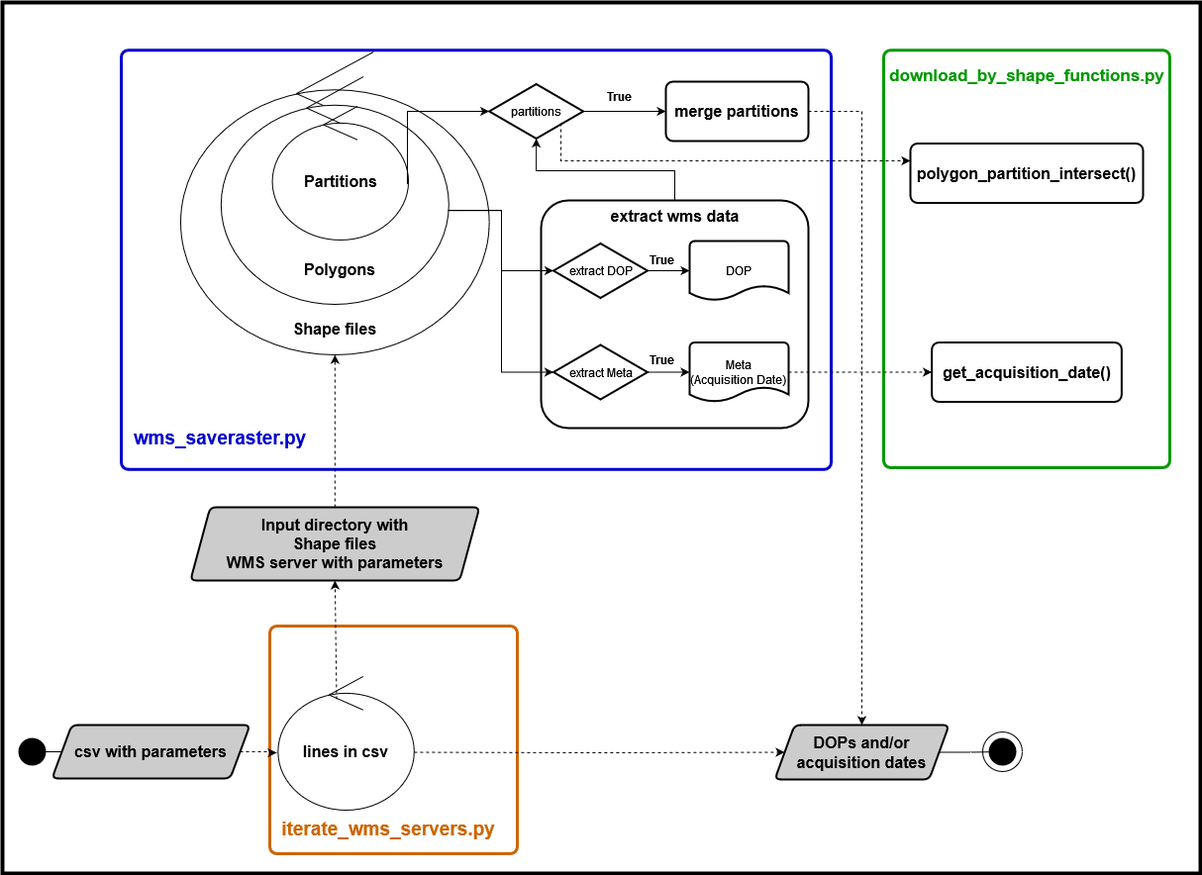
Before: process_diagram.png, a diagram exported from draw.io (LUP-LuftbildUmweltPlanung/Data_acquisition). Source tidied: cells renumbered, new cells last; positions are measured from the earlier drawing's top-left corner, leaving out a move shared by most shapes.
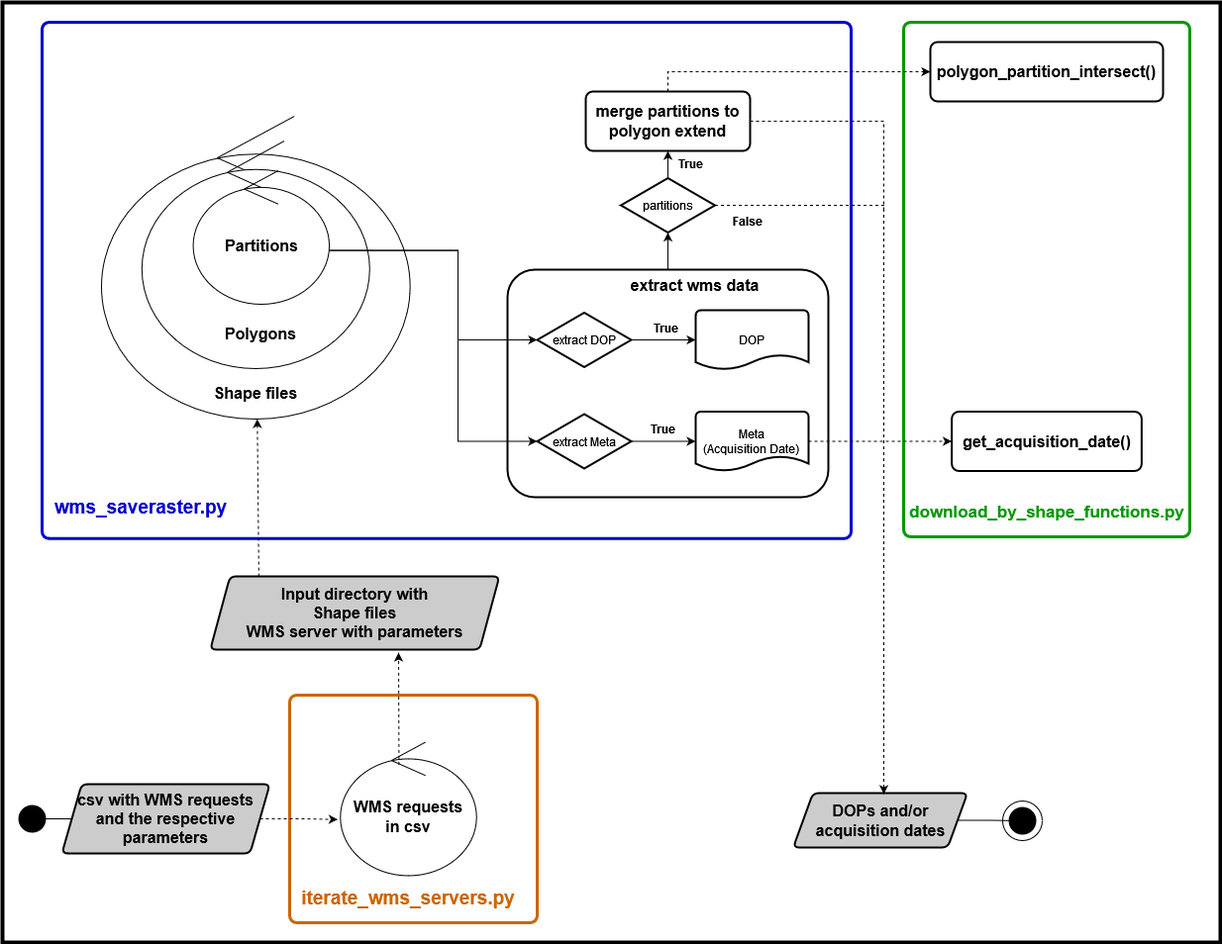
The same file after the commit.

Diff of the diagram source:
```diff
@@ -3,22 +3,22 @@
     <mxCell id="0" />
     <mxCell id="1" parent="0" />
     <mxCell id="2" style="rounded=0;whiteSpace=wrap;html=1;strokeColor=#000000;strokeWidth=4;" parent="1" vertex="1">
-      <mxGeometry width="1210" height="880" as="geometry" />
+      <mxGeometry x="-20" y="-70" width="1230" height="950" as="geometry" />
     </mxCell>
     <mxCell id="3" style="rounded=1;whiteSpace=wrap;html=1;absoluteArcSize=1;arcSize=14;strokeWidth=3;fillColor=#FFFFFF;strokeColor=#CC6600;fontColor=#CC6600;" parent="1" vertex="1">
       <mxGeometry x="270" y="630" width="250" height="230" as="geometry" />
     </mxCell>
     <mxCell id="4" style="rounded=1;whiteSpace=wrap;html=1;absoluteArcSize=1;arcSize=14;strokeWidth=3;fillColor=#FFFFFF;strokeColor=#0000CC;fontColor=#0000CC;" parent="1" vertex="1">
-      <mxGeometry x="120" y="48.2" width="717" height="423.5" as="geometry" />
+      <mxGeometry x="20" y="-50" width="817" height="521.8" as="geometry" />
     </mxCell>
     <mxCell id="5" style="rounded=1;whiteSpace=wrap;html=1;absoluteArcSize=1;arcSize=14;strokeWidth=3;fillColor=#FFFFFF;strokeColor=#009900;" parent="1" vertex="1">
-      <mxGeometry x="890" y="48.2" width="289" height="421.8" as="geometry" />
+      <mxGeometry x="890" y="-50" width="289" height="520" as="geometry" />
     </mxCell>
     <mxCell id="6" value="download_by_shape_functions.py" style="text;html=1;align=center;verticalAlign=middle;whiteSpace=wrap;rounded=0;fontStyle=1;fontSize=17;fontColor=#009900;" parent="1" vertex="1">
-      <mxGeometry x="954.5" y="59.2" width="160" height="30" as="geometry" />
+      <mxGeometry x="954.5" y="430" width="160" height="30" as="geometry" />
     </mxCell>
     <mxCell id="7" value="wms_saveraster.py" style="text;html=1;align=center;verticalAlign=middle;whiteSpace=wrap;rounded=0;fontStyle=1;fontSize=19;fontColor=#0000CC;" parent="1" vertex="1">
-      <mxGeometry x="140" y="425" width="160" height="30" as="geometry" />
+      <mxGeometry x="40" y="425" width="160" height="30" as="geometry" />
     </mxCell>
     <mxCell id="8" style="edgeStyle=orthogonalEdgeStyle;rounded=0;orthogonalLoop=1;jettySize=auto;html=1;entryX=0;entryY=0.5;entryDx=0;entryDy=0;" parent="1" edge="1">
       <mxGeometry relative="1" as="geometry">
@@ -36,10 +36,10 @@
       </mxGeometry>
     </mxCell>
     <mxCell id="11" style="ellipse;shape=umlControl;whiteSpace=wrap;html=1;fontStyle=1;fontSize=16;fontFamily=Helvetica;" parent="1" vertex="1">
-      <mxGeometry x="180" y="50" width="311.6" height="306" as="geometry" />
+      <mxGeometry x="80" y="45" width="311.6" height="306" as="geometry" />
     </mxCell>
-    <mxCell id="12" value="&lt;div&gt;csv with parameters&lt;br&gt;&lt;/div&gt;" style="shape=parallelogram;perimeter=parallelogramPerimeter;whiteSpace=wrap;html=1;fixedSize=1;fontSize=16;rounded=1;strokeWidth=2;arcSize=12;fillColor=#CCCCCC;fontStyle=1;fontFamily=Helvetica;" parent="1" vertex="1">
-      <mxGeometry x="50" y="730" width="200" height="54" as="geometry" />
+    <mxCell id="12" value="&lt;div&gt;csv with WMS requests and the respective parameters&lt;br&gt;&lt;/div&gt;" style="shape=parallelogram;perimeter=parallelogramPerimeter;whiteSpace=wrap;html=1;fixedSize=1;fontSize=16;rounded=1;strokeWidth=2;arcSize=12;fillColor=#CCCCCC;fontStyle=1;fontFamily=Helvetica;" parent="1" vertex="1">
+      <mxGeometry x="40" y="720" width="210" height="70" as="geometry" />
     </mxCell>
     <mxCell id="13" style="group;" parent="1" vertex="1">
       <mxGeometry x="990" y="737" width="40" height="40" as="geometry" />
@@ -51,7 +51,7 @@
       <mxGeometry x="10" y="10" width="20" height="20" as="geometry" />
     </mxCell>
     <mxCell id="16" value="DOPs and/or acquisition dates" style="shape=parallelogram;perimeter=parallelogramPerimeter;whiteSpace=wrap;html=1;fixedSize=1;fontSize=16;rounded=1;strokeWidth=2;arcSize=12;fillColor=#CCCCCC;fontStyle=1;fontFamily=Helvetica;" parent="1" vertex="1">
-      <mxGeometry x="780" y="730" width="176" height="55" as="geometry" />
+      <mxGeometry x="778.5" y="729" width="176" height="55" as="geometry" />
     </mxCell>
     <mxCell id="17" value="iterate_wms_servers.py" style="text;html=1;align=center;verticalAlign=middle;whiteSpace=wrap;rounded=0;fontStyle=1;fontSize=19;fontColor=#CC6600;" parent="1" vertex="1">
       <mxGeometry x="310" y="820" width="160" height="30" as="geometry" />
@@ -60,58 +60,60 @@
       <mxGeometry relative="1" as="geometry" />
     </mxCell>
     <mxCell id="19" style="shape=waypoint;sketch=0;fillStyle=solid;size=6;points=[];fillColor=none;perimeter=centerPerimeter;snapToPoint=1;strokeWidth=12;" parent="1" vertex="1">
-      <mxGeometry x="20" y="747" width="20" height="20" as="geometry" />
+      <mxGeometry y="745" width="20" height="20" as="geometry" />
     </mxCell>
-    <mxCell id="20" style="edgeStyle=orthogonalEdgeStyle;rounded=0;jettySize=auto;html=1;entryX=-0.01;entryY=0.57;entryDx=0;entryDy=0;entryPerimeter=0;dashed=1;" parent="1" edge="1" source="12" target="23">
+    <mxCell id="20" style="edgeStyle=orthogonalEdgeStyle;rounded=0;jettySize=auto;html=1;entryX=-0.02;entryY=0.579;entryDx=0;entryDy=0;entryPerimeter=0;dashed=1;" parent="1" edge="1" source="12" target="23">
       <mxGeometry relative="1" as="geometry" />
     </mxCell>
     <mxCell id="21" value="polygon_partition_intersect()" style="whiteSpace=wrap;html=1;strokeWidth=2;rounded=1;arcSize=12;fillColor=#FFFFFF;fontStyle=1;fontSize=16;fontFamily=Helvetica;" parent="1" vertex="1">
-      <mxGeometry x="917" y="142.5" width="235" height="60" as="geometry" />
+      <mxGeometry x="917" y="-30" width="235" height="60" as="geometry" />
     </mxCell>
     <mxCell id="22" value="get_acquisition_date()" style="whiteSpace=wrap;html=1;fontSize=16;rounded=1;strokeWidth=2;arcSize=12;fillColor=#FFFFFF;fontStyle=1;fontFamily=Helvetica;" parent="1" vertex="1">
       <mxGeometry x="938.6" y="343.5" width="191.8" height="60" as="geometry" />
     </mxCell>
-    <mxCell id="23" value="lines in csv" style="ellipse;shape=umlControl;whiteSpace=wrap;html=1;fontStyle=1;fontSize=16;fontFamily=Helvetica;" parent="1" vertex="1">
-      <mxGeometry x="278.3" y="681" width="137.5" height="135" as="geometry" />
+    <mxCell id="23" value="&lt;div&gt;WMS requests&lt;/div&gt;&lt;div&gt;in csv&lt;/div&gt;" style="ellipse;shape=umlControl;whiteSpace=wrap;html=1;fontStyle=1;fontSize=16;fontFamily=Helvetica;" parent="1" vertex="1">
+      <mxGeometry x="321.2" y="677.5" width="137.5" height="135" as="geometry" />
     </mxCell>
     <mxCell id="24" style="ellipse;shape=umlControl;whiteSpace=wrap;html=1;fontStyle=1;fontSize=16;fontFamily=Helvetica;" parent="1" vertex="1">
-      <mxGeometry x="220.8" y="75" width="230" height="230" as="geometry" />
+      <mxGeometry x="120.8" y="70" width="230" height="230" as="geometry" />
     </mxCell>
     <mxCell id="25" value="Partitions" style="ellipse;shape=umlControl;whiteSpace=wrap;html=1;fontStyle=1;fontSize=16;fontFamily=Helvetica;" parent="1" vertex="1">
-      <mxGeometry x="272.6" y="105" width="137.5" height="135" as="geometry" />
+      <mxGeometry x="172.6" y="100" width="137.5" height="135" as="geometry" />
     </mxCell>
     <mxCell id="26" value="&lt;div&gt;Input directory with&lt;br&gt;&lt;/div&gt;&lt;div&gt;Shape files&lt;/div&gt;&lt;div&gt;WMS server with parameters&lt;br&gt;&lt;/div&gt;" style="shape=parallelogram;perimeter=parallelogramPerimeter;whiteSpace=wrap;html=1;fixedSize=1;fontSize=16;rounded=1;strokeWidth=2;arcSize=12;fillColor=#CCCCCC;fontStyle=1;fontFamily=Helvetica;" parent="1" vertex="1">
       <mxGeometry x="189.8" y="510" width="292" height="74" as="geometry" />
     </mxCell>
-    <mxCell id="27" style="endArrow=classic;html=1;rounded=0;entryX=0.5;entryY=1;entryDx=0;entryDy=0;exitX=0.43;exitY=0.169;exitDx=0;exitDy=0;exitPerimeter=0;dashed=1;" parent="1" edge="1" source="23" target="26">
-      <mxGeometry relative="1" as="geometry" />
+    <mxCell id="27" style="endArrow=classic;html=1;rounded=0;exitX=0.43;exitY=0.169;exitDx=0;exitDy=0;exitPerimeter=0;dashed=1;" parent="1" edge="1" source="23">
+      <mxGeometry relative="1" as="geometry">
+        <mxPoint x="380" y="587" as="targetPoint" />
+      </mxGeometry>
     </mxCell>
     <mxCell id="28" value="&lt;b&gt;&lt;font style=&quot;font-size: 16px;&quot;&gt;Shape files&lt;/font&gt;&lt;/b&gt;" style="text;html=1;align=center;verticalAlign=middle;whiteSpace=wrap;rounded=0;" parent="1" vertex="1">
-      <mxGeometry x="275.8" y="315" width="120" height="30" as="geometry" />
+      <mxGeometry x="175.8" y="310" width="120" height="30" as="geometry" />
     </mxCell>
     <mxCell id="29" value="&lt;font size=&quot;1&quot;&gt;&lt;b style=&quot;font-size: 16px;&quot;&gt;Polygons&lt;/b&gt;&lt;/font&gt;" style="text;html=1;align=center;verticalAlign=middle;whiteSpace=wrap;rounded=0;" parent="1" vertex="1">
-      <mxGeometry x="281.3" y="255" width="120" height="30" as="geometry" />
+      <mxGeometry x="181.3" y="250" width="120" height="30" as="geometry" />
     </mxCell>
     <mxCell id="30" style="whiteSpace=wrap;html=1;strokeWidth=2;rounded=1;arcSize=12;fillColor=#FFFFFF;fontStyle=1;fontSize=16;fontFamily=Helvetica;" parent="1" vertex="1">
-      <mxGeometry x="544" y="200" width="270" height="230" as="geometry" />
+      <mxGeometry x="490" y="200" width="324" height="230" as="geometry" />
     </mxCell>
-    <mxCell id="31" value="merge partitions" style="whiteSpace=wrap;html=1;strokeWidth=2;rounded=1;arcSize=12;fillColor=#FFFFFF;fontStyle=1;fontSize=16;fontFamily=Helvetica;" parent="1" vertex="1">
-      <mxGeometry x="670" y="80" width="144" height="60" as="geometry" />
+    <mxCell id="31" value="merge partitions to polygon extend" style="whiteSpace=wrap;html=1;strokeWidth=2;rounded=1;arcSize=12;fillColor=#FFFFFF;fontStyle=1;fontSize=16;fontFamily=Helvetica;" parent="1" vertex="1">
+      <mxGeometry x="569" y="20" width="166" height="60" as="geometry" />
     </mxCell>
     <mxCell id="32" value="&lt;font style=&quot;font-size: 16px;&quot;&gt;&lt;b&gt;extract wms data&lt;br&gt;&lt;/b&gt;&lt;/font&gt;" style="text;html=1;align=center;verticalAlign=middle;whiteSpace=wrap;rounded=0;" parent="1" vertex="1">
       <mxGeometry x="611.5" y="201" width="135" height="30" as="geometry" />
     </mxCell>
     <mxCell id="33" value="extract DOP" style="strokeWidth=2;html=1;shape=mxgraph.flowchart.decision;whiteSpace=wrap;" parent="1" vertex="1">
-      <mxGeometry x="556.5" y="243.5" width="95" height="55" as="geometry" />
+      <mxGeometry x="520" y="243.5" width="95" height="55" as="geometry" />
     </mxCell>
     <mxCell id="34" value="extract Meta" style="strokeWidth=2;html=1;shape=mxgraph.flowchart.decision;whiteSpace=wrap;" parent="1" vertex="1">
-      <mxGeometry x="556.5" y="346" width="95" height="55" as="geometry" />
+      <mxGeometry x="520" y="346" width="95" height="55" as="geometry" />
     </mxCell>
     <mxCell id="35" value="DOP" style="strokeWidth=2;html=1;shape=mxgraph.flowchart.document2;whiteSpace=wrap;size=0.25;" parent="1" vertex="1">
-      <mxGeometry x="694" y="241" width="100" height="60" as="geometry" />
+      <mxGeometry x="680" y="241" width="114" height="60" as="geometry" />
     </mxCell>
     <mxCell id="36" value="&lt;div&gt;Meta&lt;/div&gt;&lt;div&gt;(Acquisition Date)&lt;br&gt;&lt;/div&gt;" style="strokeWidth=2;html=1;shape=mxgraph.flowchart.document2;whiteSpace=wrap;size=0.25;" parent="1" vertex="1">
-      <mxGeometry x="694" y="343.5" width="100" height="60" as="geometry" />
+      <mxGeometry x="680" y="343.5" width="114" height="60" as="geometry" />
     </mxCell>
     <mxCell id="37" style="edgeStyle=orthogonalEdgeStyle;rounded=0;jettySize=auto;html=1;entryX=0;entryY=0.5;entryDx=0;entryDy=0;entryPerimeter=0;exitX=1;exitY=0.5;exitDx=0;exitDy=0;exitPerimeter=0;" parent="1" edge="1" source="33" target="35">
       <mxGeometry relative="1" as="geometry" />
@@ -120,73 +122,52 @@
       <mxGeometry relative="1" as="geometry" />
     </mxCell>
     <mxCell id="39" value="&lt;b&gt;True&lt;/b&gt;" style="text;html=1;align=center;verticalAlign=middle;whiteSpace=wrap;rounded=0;" parent="1" vertex="1">
-      <mxGeometry x="631" y="245" width="70" height="30" as="geometry" />
+      <mxGeometry x="615" y="243.5" width="70" height="30" as="geometry" />
     </mxCell>
     <mxCell id="40" value="&lt;b&gt;True&lt;/b&gt;" style="text;html=1;align=center;verticalAlign=middle;whiteSpace=wrap;rounded=0;" parent="1" vertex="1">
-      <mxGeometry x="631" y="346" width="70" height="30" as="geometry" />
+      <mxGeometry x="611.5" y="346" width="70" height="30" as="geometry" />
     </mxCell>
     <mxCell id="41" value="partitions" style="strokeWidth=2;html=1;shape=mxgraph.flowchart.decision;whiteSpace=wrap;" parent="1" vertex="1">
-      <mxGeometry x="491.6" y="82.5" width="95" height="55" as="geometry" />
+      <mxGeometry x="604.5" y="107.5" width="95" height="55" as="geometry" />
     </mxCell>
     <mxCell id="42" value="&lt;b&gt;True&lt;/b&gt;" style="text;html=1;align=center;verticalAlign=middle;whiteSpace=wrap;rounded=0;" parent="1" vertex="1">
-      <mxGeometry x="587.5" y="80" width="70" height="30" as="geometry" />
+      <mxGeometry x="640" y="77.5" width="70" height="30" as="geometry" />
     </mxCell>
-    <mxCell id="43" style="edgeStyle=orthogonalEdgeStyle;rounded=0;jettySize=auto;html=1;entryX=0;entryY=0.5;entryDx=0;entryDy=0;exitX=0;exitY=1;exitDx=0;exitDy=0;" parent="1" edge="1" source="42" target="31">
+    <mxCell id="43" style="edgeStyle=orthogonalEdgeStyle;rounded=0;jettySize=auto;html=1;entryX=0.5;entryY=1;entryDx=0;entryDy=0;exitX=0.5;exitY=0;exitDx=0;exitDy=0;exitPerimeter=0;" parent="1" edge="1" source="41" target="31">
       <mxGeometry relative="1" as="geometry">
         <Array as="points">
-          <mxPoint x="630" y="110" />
-          <mxPoint x="630" y="110" />
+          <mxPoint x="652" y="90" />
+          <mxPoint x="652" y="90" />
         </Array>
       </mxGeometry>
     </mxCell>
-    <mxCell id="44" style="edgeStyle=orthogonalEdgeStyle;rounded=0;jettySize=auto;html=1;entryX=0;entryY=0.5;entryDx=0;entryDy=0;exitX=0.992;exitY=0.581;exitDx=0;exitDy=0;exitPerimeter=0;entryPerimeter=0;" parent="1" edge="1" source="25" target="41">
-      <mxGeometry relative="1" as="geometry">
-        <Array as="points">
-          <mxPoint x="409" y="110" />
-        </Array>
-      </mxGeometry>
-    </mxCell>
-    <mxCell id="45" style="edgeStyle=orthogonalEdgeStyle;rounded=0;jettySize=auto;html=1;entryX=0;entryY=0.5;entryDx=0;entryDy=0;exitX=0.999;exitY=0.588;exitDx=0;exitDy=0;exitPerimeter=0;entryPerimeter=0;" parent="1" edge="1" source="24" target="33">
+    <mxCell id="45" style="edgeStyle=orthogonalEdgeStyle;rounded=0;jettySize=auto;html=1;entryX=0;entryY=0.5;entryDx=0;entryDy=0;exitX=1.002;exitY=0.597;exitDx=0;exitDy=0;exitPerimeter=0;entryPerimeter=0;" parent="1" edge="1" source="25" target="33">
       <mxGeometry relative="1" as="geometry">
         <Array as="points">
-          <mxPoint x="504" y="210" />
-          <mxPoint x="504" y="271" />
+          <mxPoint x="440" y="181" />
+          <mxPoint x="440" y="271" />
         </Array>
       </mxGeometry>
     </mxCell>
     <mxCell id="46" style="edgeStyle=orthogonalEdgeStyle;rounded=0;jettySize=auto;html=1;entryX=0.5;entryY=1;entryDx=0;entryDy=0;exitX=0.5;exitY=0;exitDx=0;exitDy=0;entryPerimeter=0;" parent="1" edge="1" source="30" target="41">
       <mxGeometry relative="1" as="geometry">
         <Array as="points">
-          <mxPoint x="679" y="170" />
-          <mxPoint x="539" y="170" />
+          <mxPoint x="652" y="170" />
+          <mxPoint x="652" y="170" />
         </Array>
       </mxGeometry>
     </mxCell>
-    <mxCell id="47" style="edgeStyle=orthogonalEdgeStyle;rounded=0;jettySize=auto;html=1;entryX=0;entryY=0.5;entryDx=0;entryDy=0;entryPerimeter=0;" parent="1" edge="1" target="34">
+    <mxCell id="47" style="edgeStyle=orthogonalEdgeStyle;rounded=0;jettySize=auto;html=1;entryX=0;entryY=0.5;entryDx=0;entryDy=0;entryPerimeter=0;exitX=0.995;exitY=0.597;exitDx=0;exitDy=0;exitPerimeter=0;" parent="1" edge="1" source="25" target="34">
       <mxGeometry relative="1" as="geometry">
-        <mxPoint x="450" y="210" as="sourcePoint" />
         <Array as="points">
-          <mxPoint x="450" y="210" />
-          <mxPoint x="504" y="210" />
-          <mxPoint x="504" y="374" />
+          <mxPoint x="440" y="181" />
+          <mxPoint x="440" y="374" />
         </Array>
       </mxGeometry>
     </mxCell>
-    <mxCell id="48" style="endArrow=classic;html=1;rounded=0;exitX=0.5;exitY=0;exitDx=0;exitDy=0;dashed=1;" parent="1" edge="1" source="26" target="11">
+    <mxCell id="48" style="endArrow=classic;html=1;rounded=0;exitX=0.168;exitY=0;exitDx=0;exitDy=0;dashed=1;exitPerimeter=0;" parent="1" edge="1" source="26" target="11">
       <mxGeometry relative="1" as="geometry" />
     </mxCell>
-    <mxCell id="49" style="edgeStyle=orthogonalEdgeStyle;rounded=0;jettySize=auto;html=1;entryX=0;entryY=0.5;entryDx=0;entryDy=0;exitX=0.994;exitY=0.6;exitDx=0;exitDy=0;exitPerimeter=0;dashed=1;" parent="1" edge="1" target="16">
-      <mxGeometry relative="1" as="geometry">
-        <mxPoint x="415.8" y="757.5" as="sourcePoint" />
-      </mxGeometry>
-    </mxCell>
-    <mxCell id="50" style="edgeStyle=orthogonalEdgeStyle;rounded=0;jettySize=auto;html=1;entryX=0.5;entryY=0;entryDx=0;entryDy=0;exitX=1;exitY=0.5;exitDx=0;exitDy=0;dashed=1;" parent="1" edge="1" source="31" target="16">
-      <mxGeometry relative="1" as="geometry">
-        <Array as="points">
-          <mxPoint x="868" y="110" />
-        </Array>
-      </mxGeometry>
-    </mxCell>
     <mxCell id="51" style="edgeStyle=orthogonalEdgeStyle;rounded=0;jettySize=auto;html=1;endArrow=none;endFill=0;entryX=0.2;entryY=0.5;entryDx=0;entryDy=0;entryPerimeter=0;" parent="1" edge="1" source="16" target="15">
       <mxGeometry relative="1" as="geometry" />
     </mxCell>
@@ -198,13 +179,31 @@
         </Array>
       </mxGeometry>
     </mxCell>
-    <mxCell id="53" style="edgeStyle=orthogonalEdgeStyle;rounded=0;jettySize=auto;html=1;exitX=0.762;exitY=0.718;exitDx=0;exitDy=0;dashed=1;exitPerimeter=0;" parent="1" edge="1" source="41">
+    <mxCell id="53" style="edgeStyle=orthogonalEdgeStyle;rounded=0;jettySize=auto;html=1;dashed=1;entryX=0;entryY=0.5;entryDx=0;entryDy=0;exitX=0.5;exitY=0;exitDx=0;exitDy=0;" parent="1" edge="1" source="31" target="21">
       <mxGeometry relative="1" as="geometry">
-        <mxPoint x="917" y="160" as="targetPoint" />
         <Array as="points">
-          <mxPoint x="564" y="160" />
+          <mxPoint x="652" />
         </Array>
       </mxGeometry>
     </mxCell>
+    <mxCell id="54" style="edgeStyle=orthogonalEdgeStyle;rounded=0;jettySize=auto;html=1;exitX=1;exitY=0.5;exitDx=0;exitDy=0;exitPerimeter=0;dashed=1;" parent="1" edge="1" source="41">
+      <mxGeometry relative="1" as="geometry">
+        <mxPoint x="870" y="730" as="targetPoint" />
+        <Array as="points">
+          <mxPoint x="870" y="135" />
+        </Array>
+      </mxGeometry>
+    </mxCell>
+    <mxCell id="55" value="&lt;b&gt;False&lt;/b&gt;" style="text;html=1;align=center;verticalAlign=middle;whiteSpace=wrap;rounded=0;" parent="1" vertex="1">
+      <mxGeometry x="698" y="140" width="70" height="22.5" as="geometry" />
+    </mxCell>
+    <mxCell id="56" style="edgeStyle=orthogonalEdgeStyle;rounded=0;jettySize=auto;html=1;dashed=1;exitX=1;exitY=0.5;exitDx=0;exitDy=0;endArrow=none;endFill=0;" parent="1" edge="1" source="31">
+      <mxGeometry relative="1" as="geometry">
+        <mxPoint x="870" y="140" as="targetPoint" />
+        <Array as="points">
+          <mxPoint x="870" y="50" />
+        </Array>
+      </mxGeometry>
+    </mxCell>
   </root>
 </mxGraphModel>
```
